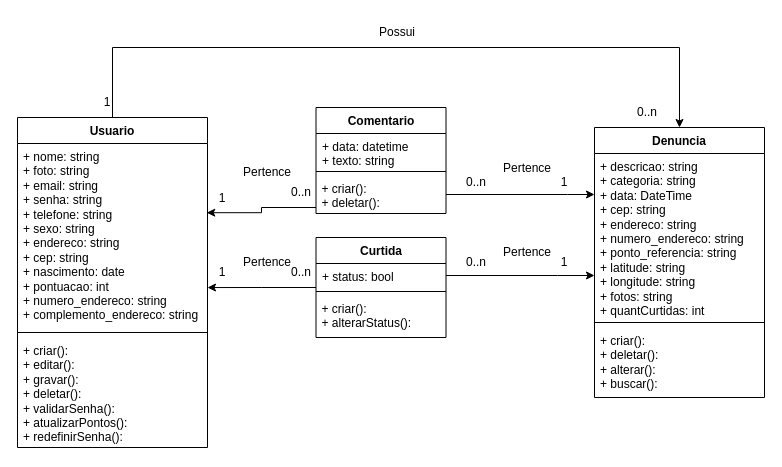
frsouzaa/Documentacao-TCC-NossaVia keeps this draw.io diagram as Documentação/Diagramas/Diagrama de Classes.drawio. Above is the earlier version. Source tidied: cells renumbered, new cells numbered last; positions are measured from the earlier drawing's top-left corner, leaving out a move shared by most shapes. Both pictures are drawn from the tidied source at 100%, with x=0, y=0 at pixel (17, 17).
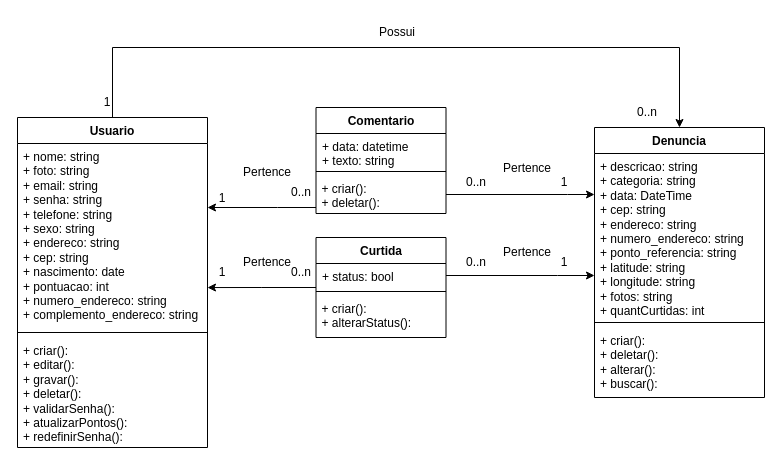
After the change.

The change refers to these unchanged cells:
```xml
<mxCell id="3" value="&lt;span style=&quot;text-wrap: nowrap;&quot;&gt;+ nome: string&lt;/span&gt;&lt;br style=&quot;padding: 0px; margin: 0px; text-wrap: nowrap;&quot;&gt;&lt;span style=&quot;text-wrap: nowrap;&quot;&gt;+ foto: string&lt;/span&gt;&lt;br style=&quot;padding: 0px; margin: 0px; text-wrap: nowrap;&quot;&gt;&lt;span style=&quot;text-wrap: nowrap;&quot;&gt;+ email: string&lt;/span&gt;&lt;br style=&quot;padding: 0px; margin: 0px; text-wrap: nowrap;&quot;&gt;&lt;span style=&quot;text-wrap: nowrap;&quot;&gt;+ senha: string&lt;/span&gt;&lt;br style=&quot;padding: 0px; margin: 0px; text-wrap: nowrap;&quot;&gt;&lt;span style=&quot;text-wrap: nowrap;&quot;&gt;+ telefone: string&lt;/span&gt;&lt;br style=&quot;padding: 0px; margin: 0px; text-wrap: nowrap;&quot;&gt;&lt;span style=&quot;text-wrap: nowrap;&quot;&gt;+ sexo: string&lt;/span&gt;&lt;br style=&quot;padding: 0px; margin: 0px; text-wrap: nowrap;&quot;&gt;&lt;span style=&quot;text-wrap: nowrap;&quot;&gt;+ endereco: string&lt;/span&gt;&lt;br style=&quot;padding: 0px; margin: 0px; text-wrap: nowrap;&quot;&gt;&lt;span style=&quot;text-wrap: nowrap;&quot;&gt;+ cep: string&lt;/span&gt;&lt;br style=&quot;padding: 0px; margin: 0px; text-wrap: nowrap;&quot;&gt;&lt;span style=&quot;text-wrap: nowrap;&quot;&gt;+ nascimento: date&lt;/span&gt;&lt;br style=&quot;padding: 0px; margin: 0px; text-wrap: nowrap;&quot;&gt;&lt;span style=&quot;text-wrap: nowrap;&quot;&gt;+ pontuacao: int&lt;/span&gt;&lt;div&gt;&lt;span style=&quot;text-wrap: nowrap;&quot;&gt;+ numero_endereco: string&lt;/span&gt;&lt;span style=&quot;text-wrap: nowrap;&quot;&gt;&lt;br&gt;&lt;/span&gt;&lt;/div&gt;&lt;div&gt;&lt;span style=&quot;text-wrap: nowrap;&quot;&gt;+ complemento_endereco: string&lt;/span&gt;&lt;span style=&quot;text-wrap: nowrap;&quot;&gt;&lt;br&gt;&lt;/span&gt;&lt;/div&gt;" style="text;strokeColor=none;fillColor=none;align=left;verticalAlign=top;spacingLeft=4;spacingRight=4;overflow=hidden;points=[[0,0.5],[1,0.5]];portConstraint=eastwest;whiteSpace=wrap;html=1;" parent="2" vertex="1">
  <mxGeometry y="26" width="190" height="184" as="geometry" />
</mxCell>
<mxCell id="10" value="Comentario" style="swimlane;fontStyle=1;align=center;verticalAlign=top;horizontal=1;startSize=26;whiteSpace=wrap;html=1;" parent="1" vertex="1">
  <mxGeometry x="298.5" y="90" width="130" height="106" as="geometry" />
</mxCell>
```

The edit, as a diff of the source:
```diff
@@
-    <mxCell id="37" style="edgeStyle=orthogonalEdgeStyle;rounded=0;jettySize=auto;html=1;entryX=0.996;entryY=0.376;entryDx=0;entryDy=0;entryPerimeter=0;" parent="1" edge="1" source="10" target="3">
+    <mxCell id="37" style="edgeStyle=orthogonalEdgeStyle;rounded=0;jettySize=auto;html=1;" parent="1" edge="1" source="10">
       <mxGeometry relative="1" as="geometry">
+        <mxPoint x="190" y="190" as="targetPoint" />
         <Array as="points">
-          <mxPoint x="244" y="190" />
-          <mxPoint x="244" y="195" />
+          <mxPoint x="260" y="190" />
+          <mxPoint x="260" y="190" />
         </Array>
       </mxGeometry>
     </mxCell>
```
